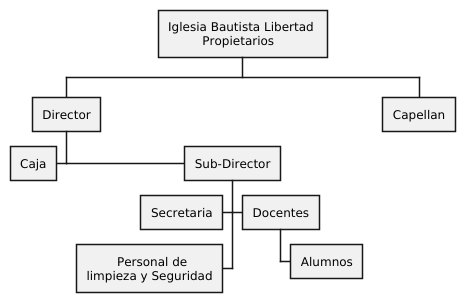
Above: out/DomainModel/organization-chart.png in wsmcbl/wsmcbl.doc (PlantUML), before the change.
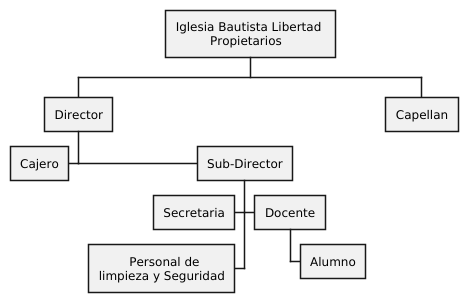
The same diagram one commit later.

The edit, as a diff of the source:
```diff
@@ -2,11 +2,11 @@
 
 * Iglesia Bautista Libertad \n\t Propietarios
 ** Director
-***< Caja
+***< Cajero
 *** Sub-Director
 ****< Secretaria
-**** Docentes
-***** Alumnos
+**** Docente
+***** Alumno
 ****< \tPersonal de\nlimpieza y Seguridad
 ** Capellan
 
```
